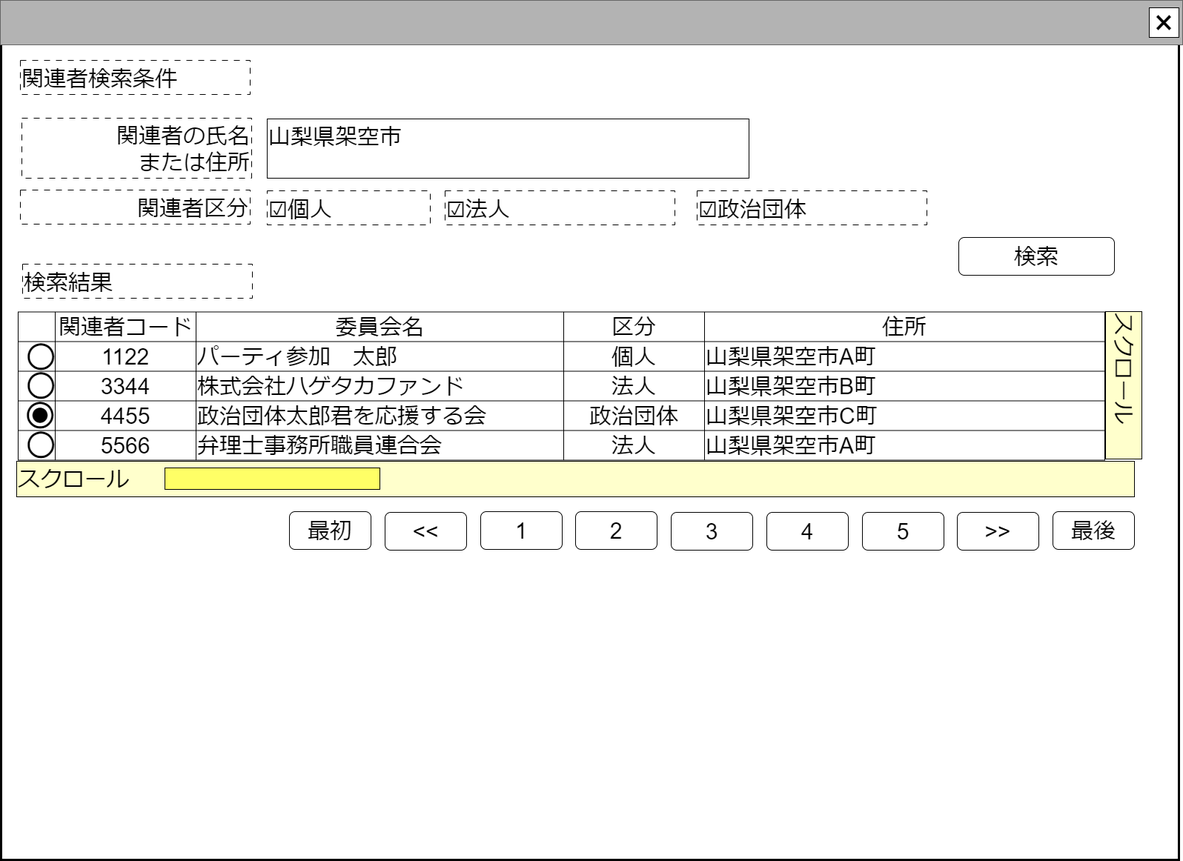
Before: docs/common/front/search_relation_person/image/関連者検索.drawio.png, a diagram exported from draw.io (chiwa2023/create-politician-balance-report). Source tidied: cells renumbered, new cells last; positions are measured from the earlier drawing's top-left corner, leaving out a move shared by most shapes.
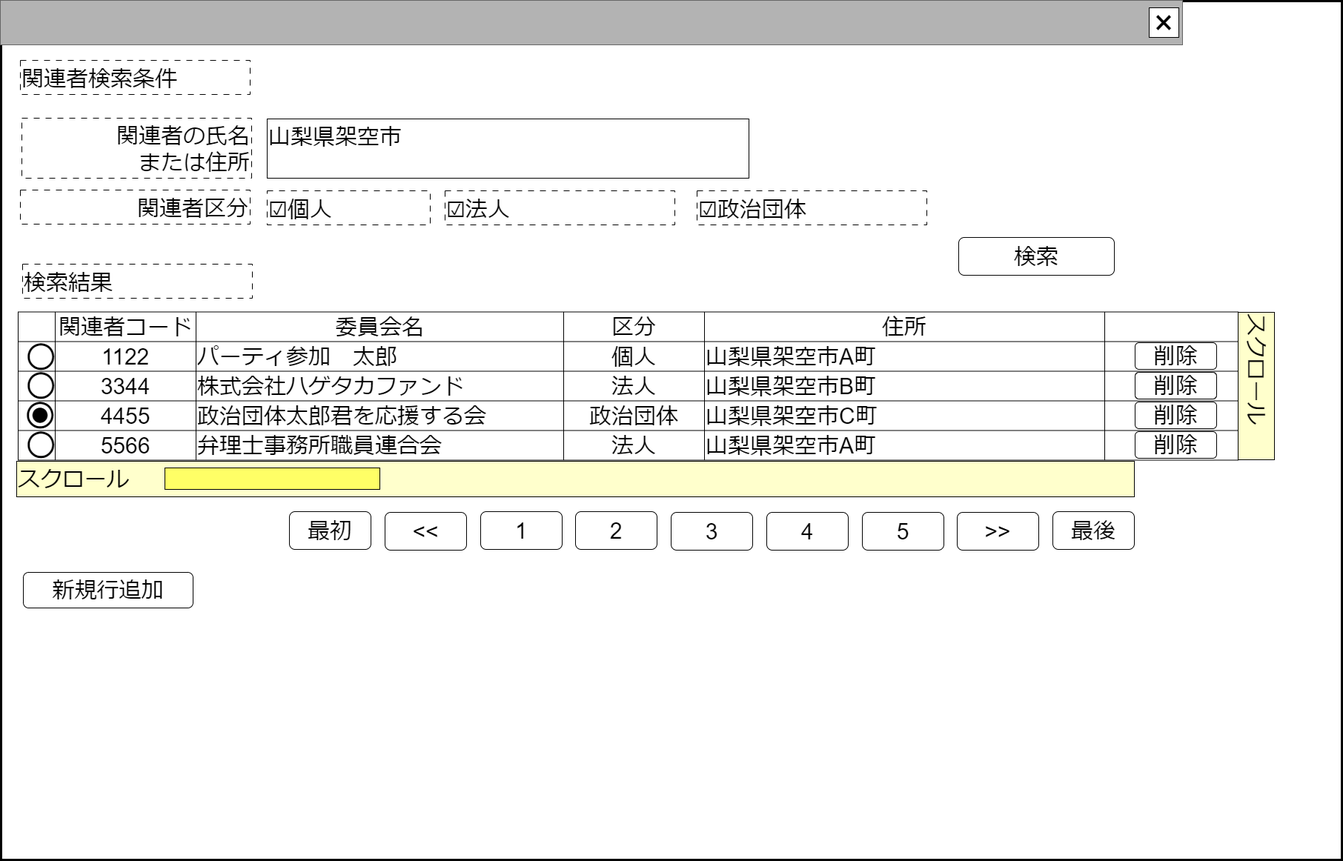
After the change.

What changed in the source:
```diff
@@ -3,7 +3,7 @@
     <mxCell id="0" />
     <mxCell id="1" value="ウインドウ" parent="0" />
     <mxCell id="2" style="rounded=0;whiteSpace=wrap;html=1;strokeWidth=3;" parent="1" vertex="1">
-      <mxGeometry x="1" y="1" width="1589" height="1159" as="geometry" />
+      <mxGeometry x="1" y="1" width="1809" height="1159" as="geometry" />
     </mxCell>
     <mxCell id="3" style="rounded=0;whiteSpace=wrap;html=1;fillColor=#B3B3B3;fontColor=#333333;strokeColor=#666666;" parent="1" vertex="1">
       <mxGeometry width="1595" height="60" as="geometry" />
@@ -52,13 +52,13 @@
       <mxGeometry x="519" y="691" width="110" height="51" as="geometry" />
     </mxCell>
     <mxCell id="19" value="&lt;div style=&quot;&quot;&gt;&lt;font style=&quot;font-size: 30px;&quot;&gt;スクロール&lt;/font&gt;&lt;/div&gt;" style="rounded=0;whiteSpace=wrap;html=1;align=left;verticalAlign=top;fillColor=#FFFFCC;rotation=90;" parent="5" vertex="1">
-      <mxGeometry x="1416" y="495" width="199" height="49" as="geometry" />
+      <mxGeometry x="1595" y="496" width="199" height="49" as="geometry" />
     </mxCell>
     <mxCell id="20" style="shape=table;startSize=0;fontSize=16;" parent="5" vertex="1">
-      <mxGeometry x="24" y="420.5" width="1466" height="200" as="geometry" />
+      <mxGeometry x="24" y="420.5" width="1646" height="200" as="geometry" />
     </mxCell>
     <mxCell id="21" style="shape=tableRow;horizontal=0;startSize=0;swimlaneHead=0;swimlaneBody=0;strokeColor=inherit;top=0;left=0;bottom=0;right=0;fillColor=none;fontSize=16;" parent="20" vertex="1">
-      <mxGeometry width="1466" height="40" as="geometry" />
+      <mxGeometry width="1646" height="40" as="geometry" />
     </mxCell>
     <mxCell id="22" style="shape=partialRectangle;html=1;whiteSpace=wrap;strokeColor=inherit;overflow=hidden;fillColor=none;top=0;left=0;bottom=0;right=0;fontSize=16;" parent="21" vertex="1">
       <mxGeometry width="50" height="40" as="geometry" />
@@ -75,8 +75,11 @@
     <mxCell id="26" value="&lt;font style=&quot;font-size: 30px;&quot;&gt;住所&lt;/font&gt;" style="shape=partialRectangle;html=1;whiteSpace=wrap;strokeColor=inherit;overflow=hidden;fillColor=none;top=0;left=0;bottom=0;right=0;fontSize=16;" parent="21" vertex="1">
       <mxGeometry x="926" width="540" height="40" as="geometry" />
     </mxCell>
+    <mxCell id="63" style="shape=partialRectangle;html=1;whiteSpace=wrap;strokeColor=inherit;overflow=hidden;fillColor=none;top=0;left=0;bottom=0;right=0;fontSize=16;" parent="21" vertex="1">
+      <mxGeometry x="1466" width="180" height="40" as="geometry" />
+    </mxCell>
     <mxCell id="27" style="shape=tableRow;horizontal=0;startSize=0;swimlaneHead=0;swimlaneBody=0;strokeColor=inherit;top=0;left=0;bottom=0;right=0;fillColor=none;fontSize=16;" parent="20" vertex="1">
-      <mxGeometry y="40" width="1466" height="40" as="geometry" />
+      <mxGeometry y="40" width="1646" height="40" as="geometry" />
     </mxCell>
     <mxCell id="28" style="shape=partialRectangle;html=1;whiteSpace=wrap;strokeColor=inherit;overflow=hidden;fillColor=none;top=0;left=0;bottom=0;right=0;fontSize=16;" parent="27" vertex="1">
       <mxGeometry width="50" height="40" as="geometry" />
@@ -93,8 +96,11 @@
     <mxCell id="32" value="&lt;font style=&quot;font-size: 30px;&quot;&gt;山梨県架空市A町&lt;/font&gt;" style="shape=partialRectangle;html=1;whiteSpace=wrap;strokeColor=inherit;overflow=hidden;fillColor=none;top=0;left=0;bottom=0;right=0;fontSize=16;align=left;" parent="27" vertex="1">
       <mxGeometry x="926" width="540" height="40" as="geometry" />
     </mxCell>
+    <mxCell id="64" style="shape=partialRectangle;html=1;whiteSpace=wrap;strokeColor=inherit;overflow=hidden;fillColor=none;top=0;left=0;bottom=0;right=0;fontSize=16;align=left;" parent="27" vertex="1">
+      <mxGeometry x="1466" width="180" height="40" as="geometry" />
+    </mxCell>
     <mxCell id="33" style="shape=tableRow;horizontal=0;startSize=0;swimlaneHead=0;swimlaneBody=0;strokeColor=inherit;top=0;left=0;bottom=0;right=0;fillColor=none;fontSize=16;align=left;" parent="20" vertex="1">
-      <mxGeometry y="80" width="1466" height="40" as="geometry" />
+      <mxGeometry y="80" width="1646" height="40" as="geometry" />
     </mxCell>
     <mxCell id="34" style="shape=partialRectangle;html=1;whiteSpace=wrap;strokeColor=inherit;overflow=hidden;fillColor=none;top=0;left=0;bottom=0;right=0;fontSize=16;" parent="33" vertex="1">
       <mxGeometry width="50" height="40" as="geometry" />
@@ -111,8 +117,11 @@
     <mxCell id="38" value="&lt;span style=&quot;font-size: 30px;&quot;&gt;山梨県架空市B町&lt;/span&gt;" style="shape=partialRectangle;html=1;whiteSpace=wrap;strokeColor=inherit;overflow=hidden;fillColor=none;top=0;left=0;bottom=0;right=0;fontSize=16;align=left;" parent="33" vertex="1">
       <mxGeometry x="926" width="540" height="40" as="geometry" />
     </mxCell>
+    <mxCell id="65" style="shape=partialRectangle;html=1;whiteSpace=wrap;strokeColor=inherit;overflow=hidden;fillColor=none;top=0;left=0;bottom=0;right=0;fontSize=16;align=left;" parent="33" vertex="1">
+      <mxGeometry x="1466" width="180" height="40" as="geometry" />
+    </mxCell>
     <mxCell id="39" style="shape=tableRow;horizontal=0;startSize=0;swimlaneHead=0;swimlaneBody=0;strokeColor=inherit;top=0;left=0;bottom=0;right=0;fillColor=none;fontSize=16;" parent="20" vertex="1">
-      <mxGeometry y="120" width="1466" height="40" as="geometry" />
+      <mxGeometry y="120" width="1646" height="40" as="geometry" />
     </mxCell>
     <mxCell id="40" style="shape=partialRectangle;html=1;whiteSpace=wrap;strokeColor=inherit;overflow=hidden;fillColor=none;top=0;left=0;bottom=0;right=0;fontSize=16;" parent="39" vertex="1">
       <mxGeometry width="50" height="40" as="geometry" />
@@ -129,8 +138,11 @@
     <mxCell id="44" value="&lt;span style=&quot;font-size: 30px;&quot;&gt;山梨県架空市C町&lt;/span&gt;" style="shape=partialRectangle;html=1;whiteSpace=wrap;strokeColor=inherit;overflow=hidden;fillColor=none;top=0;left=0;bottom=0;right=0;fontSize=16;align=left;" parent="39" vertex="1">
       <mxGeometry x="926" width="540" height="40" as="geometry" />
     </mxCell>
+    <mxCell id="66" style="shape=partialRectangle;html=1;whiteSpace=wrap;strokeColor=inherit;overflow=hidden;fillColor=none;top=0;left=0;bottom=0;right=0;fontSize=16;align=left;" parent="39" vertex="1">
+      <mxGeometry x="1466" width="180" height="40" as="geometry" />
+    </mxCell>
     <mxCell id="45" style="shape=tableRow;horizontal=0;startSize=0;swimlaneHead=0;swimlaneBody=0;strokeColor=inherit;top=0;left=0;bottom=0;right=0;fillColor=none;fontSize=16;" parent="20" vertex="1">
-      <mxGeometry y="160" width="1466" height="40" as="geometry" />
+      <mxGeometry y="160" width="1646" height="40" as="geometry" />
     </mxCell>
     <mxCell id="46" style="shape=partialRectangle;html=1;whiteSpace=wrap;strokeColor=inherit;overflow=hidden;fillColor=none;top=0;left=0;bottom=0;right=0;fontSize=16;" parent="45" vertex="1">
       <mxGeometry width="50" height="40" as="geometry" />
@@ -147,6 +159,9 @@
     <mxCell id="50" value="&lt;div style=&quot;&quot;&gt;&lt;span style=&quot;font-size: 30px;&quot;&gt;山梨県架空市A町&lt;/span&gt;&lt;br&gt;&lt;/div&gt;" style="shape=partialRectangle;html=1;whiteSpace=wrap;strokeColor=inherit;overflow=hidden;fillColor=none;top=0;left=0;bottom=0;right=0;fontSize=16;align=left;" parent="45" vertex="1">
       <mxGeometry x="926" width="540" height="40" as="geometry" />
     </mxCell>
+    <mxCell id="67" style="shape=partialRectangle;html=1;whiteSpace=wrap;strokeColor=inherit;overflow=hidden;fillColor=none;top=0;left=0;bottom=0;right=0;fontSize=16;align=left;" parent="45" vertex="1">
+      <mxGeometry x="1466" width="180" height="40" as="geometry" />
+    </mxCell>
     <mxCell id="51" value="&lt;font style=&quot;font-size: 84px;&quot;&gt;○&lt;/font&gt;" style="text;html=1;strokeColor=none;fillColor=none;align=center;verticalAlign=middle;whiteSpace=wrap;rounded=0;fontSize=60;" parent="5" vertex="1">
       <mxGeometry x="25" y="461" width="60" height="30" as="geometry" />
     </mxCell>
@@ -183,5 +198,20 @@
     <mxCell id="62" value="&lt;span style=&quot;font-size: 30px;&quot;&gt;関連者検索条件&lt;/span&gt;" style="rounded=0;whiteSpace=wrap;html=1;align=left;dashed=1;dashPattern=8 8;verticalAlign=bottom;" parent="5" vertex="1">
       <mxGeometry x="27" y="81" width="310" height="46" as="geometry" />
     </mxCell>
+    <mxCell id="68" value="&lt;span style=&quot;font-size: 30px;&quot;&gt;削除&lt;/span&gt;" style="rounded=1;whiteSpace=wrap;html=1;" parent="5" vertex="1">
+      <mxGeometry x="1531" y="462" width="110" height="36" as="geometry" />
+    </mxCell>
+    <mxCell id="69" value="&lt;span style=&quot;font-size: 30px;&quot;&gt;削除&lt;/span&gt;" style="rounded=1;whiteSpace=wrap;html=1;" parent="5" vertex="1">
+      <mxGeometry x="1531" y="502" width="110" height="36" as="geometry" />
+    </mxCell>
+    <mxCell id="70" value="&lt;span style=&quot;font-size: 30px;&quot;&gt;削除&lt;/span&gt;" style="rounded=1;whiteSpace=wrap;html=1;" parent="5" vertex="1">
+      <mxGeometry x="1531" y="542" width="110" height="36" as="geometry" />
+    </mxCell>
+    <mxCell id="71" value="&lt;span style=&quot;font-size: 30px;&quot;&gt;削除&lt;/span&gt;" style="rounded=1;whiteSpace=wrap;html=1;" parent="5" vertex="1">
+      <mxGeometry x="1531" y="582" width="110" height="36" as="geometry" />
+    </mxCell>
+    <mxCell id="72" value="&lt;span style=&quot;font-size: 30px;&quot;&gt;新規行追加&lt;/span&gt;" style="rounded=1;whiteSpace=wrap;html=1;" parent="5" vertex="1">
+      <mxGeometry x="31" y="772" width="229" height="48" as="geometry" />
+    </mxCell>
   </root>
 </mxGraphModel>
```
